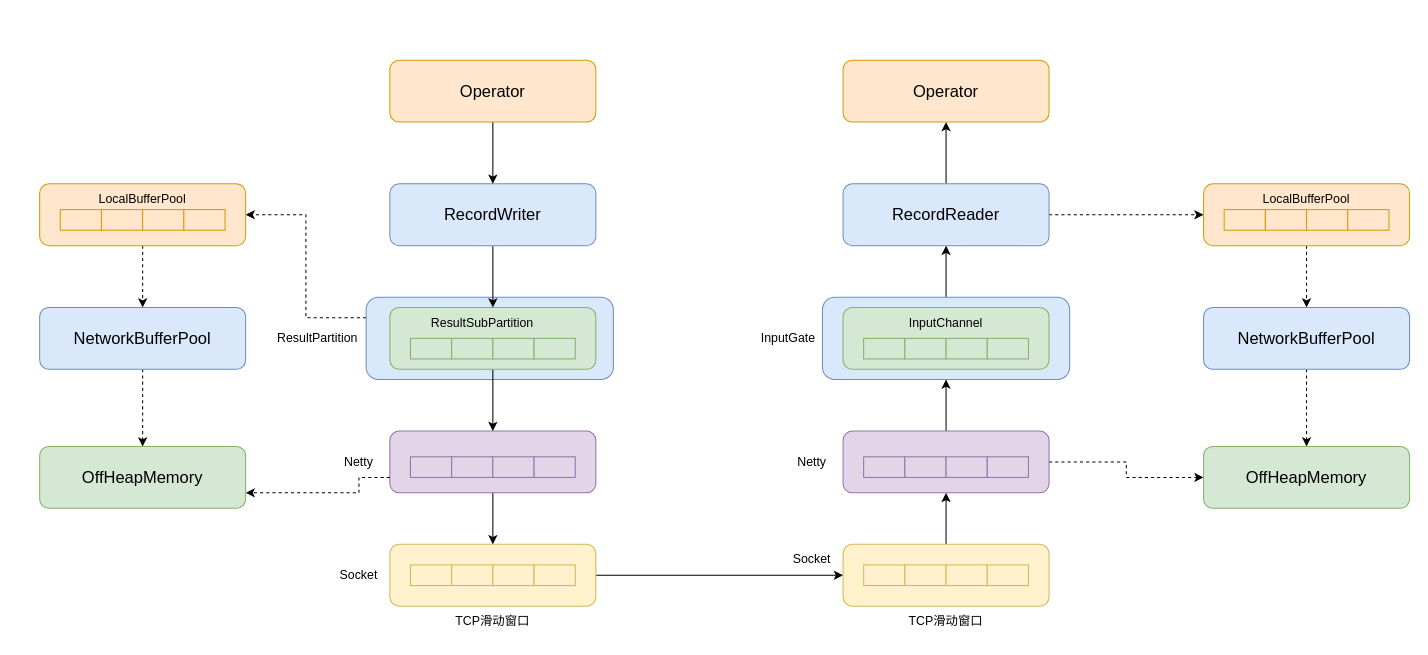
This is imgs/flink/flink_backpressure_tcpbase.drawio from rainsbaby/notebook, a draw.io file, before an edit. Source tidied: cells renumbered, new cells numbered last; positions are measured from the earlier drawing's top-left corner, leaving out a move shared by most shapes. Both pictures are drawn from the tidied source at 103%, with x=0, y=0 at pixel (39, 60).
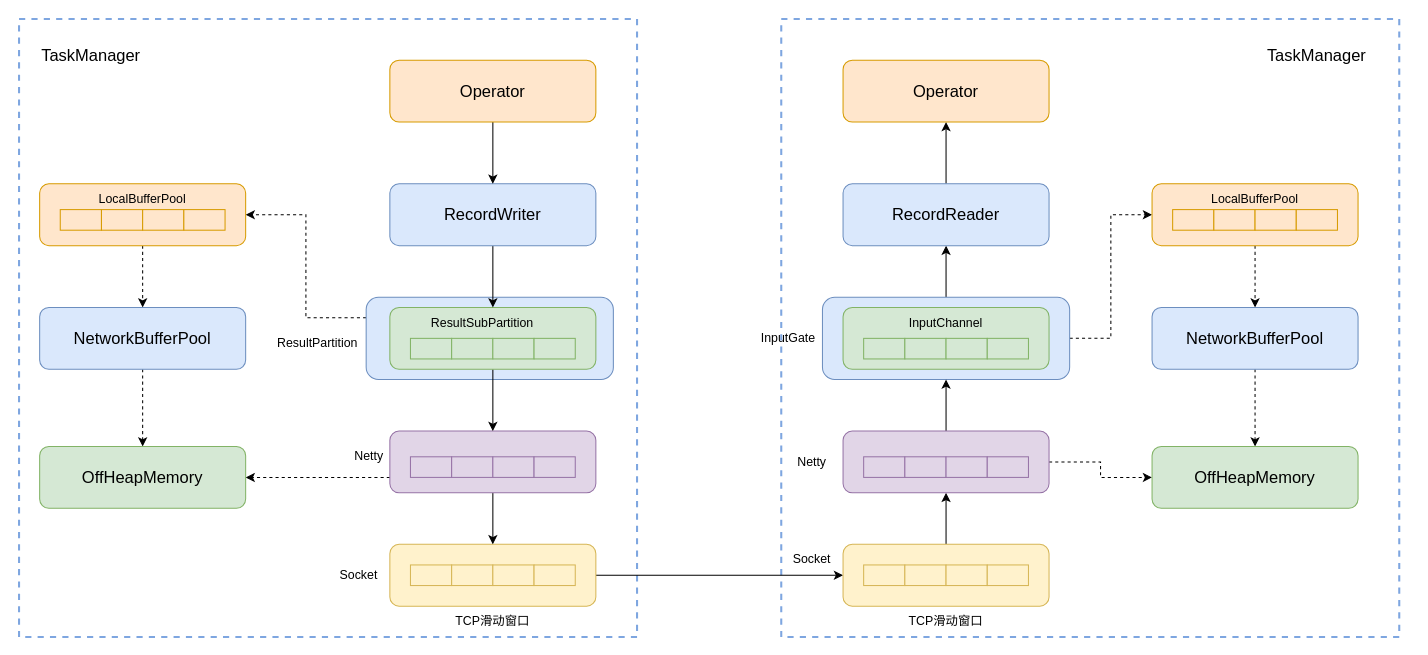
After the change.

The change refers to these unchanged cells:
```xml
<mxCell id="3" style="rounded=1;whiteSpace=wrap;html=1;fillColor=#dae8fc;strokeColor=#6c8ebf;" parent="1" vertex="1">
  <mxGeometry x="760" y="230" width="240" height="80" as="geometry" />
</mxCell>
<mxCell id="13" style="rounded=1;whiteSpace=wrap;html=1;fillColor=#e1d5e7;strokeColor=#9673a6;" parent="1" vertex="1">
  <mxGeometry x="340" y="360" width="200" height="60" as="geometry" />
</mxCell>
<mxCell id="55" value="&lt;font style=&quot;font-size: 16px&quot;&gt;RecordReader&lt;/font&gt;" style="rounded=1;whiteSpace=wrap;html=1;fillColor=#dae8fc;strokeColor=#6c8ebf;" parent="1" vertex="1">
  <mxGeometry x="780" y="120" width="200" height="60" as="geometry" />
</mxCell>
<mxCell id="68" value="OffHeapMemory" style="rounded=1;whiteSpace=wrap;html=1;fillColor=#d5e8d4;strokeColor=#82b366;fontSize=16;" parent="1" vertex="1">
  <mxGeometry y="375" width="200" height="60" as="geometry" />
</mxCell>
```

Change to the diagram source:
```diff
@@
+    <mxCell id="81" style="rounded=0;whiteSpace=wrap;html=1;fillColor=none;strokeColor=#7EA6E0;dashed=1;strokeWidth=2;" parent="1" vertex="1">
+      <mxGeometry x="720" y="-40" width="600" height="600" as="geometry" />
+    </mxCell>
+    <mxCell id="82" style="rounded=0;whiteSpace=wrap;html=1;fillColor=none;strokeColor=#7EA6E0;dashed=1;strokeWidth=2;" parent="1" vertex="1">
+      <mxGeometry x="-20" y="-40" width="600" height="600" as="geometry" />
+    </mxCell>
@@
+    <mxCell id="83" style="edgeStyle=orthogonalEdgeStyle;rounded=0;jettySize=auto;html=1;exitX=1;exitY=0.5;exitDx=0;exitDy=0;entryX=0;entryY=0.5;entryDx=0;entryDy=0;dashed=1;fontSize=16;" parent="1" edge="1" source="3" target="70">
+      <mxGeometry relative="1" as="geometry" />
+    </mxCell>
@@
+    <mxCell id="84" style="edgeStyle=orthogonalEdgeStyle;rounded=0;jettySize=auto;html=1;exitX=0;exitY=0.75;exitDx=0;exitDy=0;entryX=1;entryY=0.5;entryDx=0;entryDy=0;fontSize=16;dashed=1;" parent="1" edge="1" source="13" target="68">
+      <mxGeometry relative="1" as="geometry" />
+    </mxCell>
@@
-    <mxCell id="19" style="edgeStyle=orthogonalEdgeStyle;rounded=0;jettySize=auto;html=1;exitX=1;exitY=1;exitDx=0;exitDy=0;entryX=1;entryY=0.75;entryDx=0;entryDy=0;dashed=1;fontSize=16;" parent="1" edge="1" source="20" target="68">
-      <mxGeometry relative="1" as="geometry">
-        <Array as="points">
-          <mxPoint x="310" y="405" />
-          <mxPoint x="310" y="420" />
-        </Array>
-      </mxGeometry>
-    </mxCell>
     <mxCell id="20" value="Netty" style="text;html=1;strokeColor=none;fillColor=none;align=center;verticalAlign=middle;whiteSpace=wrap;rounded=0;" parent="1" vertex="1">
-      <mxGeometry x="280" y="375" width="60" height="30" as="geometry" />
+      <mxGeometry x="290" y="370" width="60" height="30" as="geometry" />
     </mxCell>
@@
-    <mxCell id="53" style="edgeStyle=orthogonalEdgeStyle;rounded=0;jettySize=auto;html=1;exitX=1;exitY=0.5;exitDx=0;exitDy=0;entryX=0;entryY=0.5;entryDx=0;entryDy=0;dashed=1;fontSize=16;" parent="1" edge="1" source="55" target="70">
-      <mxGeometry relative="1" as="geometry" />
-    </mxCell>
@@
     <mxCell id="57" value="ResultPartition" style="text;html=1;strokeColor=none;fillColor=none;align=center;verticalAlign=middle;whiteSpace=wrap;rounded=0;" parent="1" vertex="1">
-      <mxGeometry x="240" y="255" width="60" height="30" as="geometry" />
+      <mxGeometry x="240" y="260" width="60" height="30" as="geometry" />
     </mxCell>
@@
     <mxCell id="70" style="rounded=1;whiteSpace=wrap;html=1;fillColor=#ffe6cc;strokeColor=#d79b00;" parent="1" vertex="1">
-      <mxGeometry x="1130" y="120" width="200" height="60" as="geometry" />
+      <mxGeometry x="1080" y="120" width="200" height="60" as="geometry" />
     </mxCell>
     <mxCell id="71" style="rounded=0;whiteSpace=wrap;html=1;fillColor=#ffe6cc;strokeColor=#d79b00;" parent="1" vertex="1">
-      <mxGeometry x="1150" y="145" width="40" height="20" as="geometry" />
+      <mxGeometry x="1100" y="145" width="40" height="20" as="geometry" />
     </mxCell>
     <mxCell id="72" style="rounded=0;whiteSpace=wrap;html=1;fillColor=#ffe6cc;strokeColor=#d79b00;" parent="1" vertex="1">
-      <mxGeometry x="1190" y="145" width="40" height="20" as="geometry" />
+      <mxGeometry x="1140" y="145" width="40" height="20" as="geometry" />
     </mxCell>
     <mxCell id="73" style="rounded=0;whiteSpace=wrap;html=1;fillColor=#ffe6cc;strokeColor=#d79b00;" parent="1" vertex="1">
-      <mxGeometry x="1230" y="145" width="40" height="20" as="geometry" />
+      <mxGeometry x="1180" y="145" width="40" height="20" as="geometry" />
     </mxCell>
     <mxCell id="74" style="rounded=0;whiteSpace=wrap;html=1;fillColor=#ffe6cc;strokeColor=#d79b00;" parent="1" vertex="1">
-      <mxGeometry x="1270" y="145" width="40" height="20" as="geometry" />
+      <mxGeometry x="1220" y="145" width="40" height="20" as="geometry" />
     </mxCell>
     <mxCell id="75" value="LocalBufferPool" style="text;html=1;strokeColor=none;fillColor=none;align=center;verticalAlign=middle;whiteSpace=wrap;rounded=0;" parent="1" vertex="1">
-      <mxGeometry x="1200" y="120" width="60" height="30" as="geometry" />
+      <mxGeometry x="1150" y="120" width="60" height="30" as="geometry" />
     </mxCell>
@@
     <mxCell id="77" value="&lt;font style=&quot;font-size: 16px;&quot;&gt;NetworkBufferPool&lt;/font&gt;" style="rounded=1;whiteSpace=wrap;html=1;fillColor=#dae8fc;strokeColor=#6c8ebf;fontSize=16;" parent="1" vertex="1">
-      <mxGeometry x="1130" y="240" width="200" height="60" as="geometry" />
+      <mxGeometry x="1080" y="240" width="200" height="60" as="geometry" />
     </mxCell>
     <mxCell id="78" value="OffHeapMemory" style="rounded=1;whiteSpace=wrap;html=1;fillColor=#d5e8d4;strokeColor=#82b366;fontSize=16;" parent="1" vertex="1">
-      <mxGeometry x="1130" y="375" width="200" height="60" as="geometry" />
+      <mxGeometry x="1080" y="375" width="200" height="60" as="geometry" />
     </mxCell>
@@
+    <mxCell id="85" value="TaskManager" style="text;html=1;strokeColor=none;fillColor=none;align=center;verticalAlign=middle;whiteSpace=wrap;rounded=0;fontSize=16;" parent="1" vertex="1">
+      <mxGeometry x="20" y="-20" width="60" height="30" as="geometry" />
+    </mxCell>
+    <mxCell id="86" value="TaskManager" style="text;html=1;strokeColor=none;fillColor=none;align=center;verticalAlign=middle;whiteSpace=wrap;rounded=0;fontSize=16;" parent="1" vertex="1">
+      <mxGeometry x="1210" y="-20" width="60" height="30" as="geometry" />
+    </mxCell>
```
